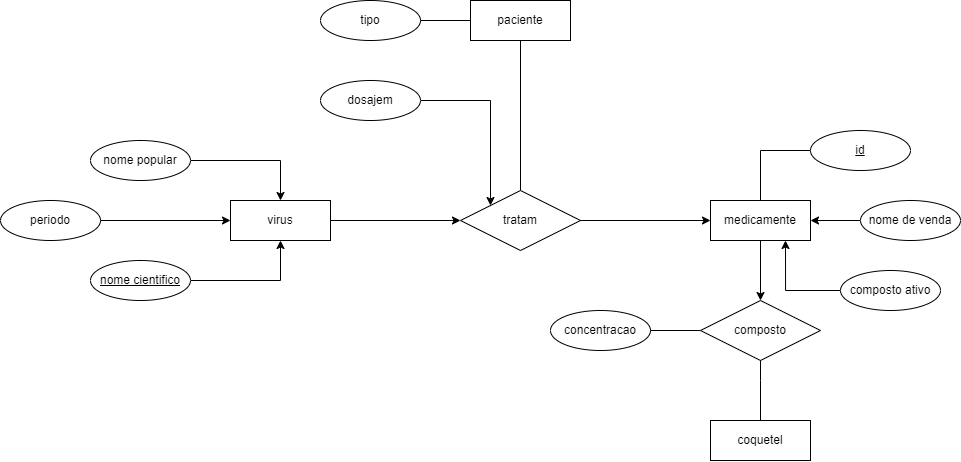
Earlier version of the draw.io export puc2024.2/bcd/cardinalidades/farmacia.drawio.png (batista29/puc). Source tidied: cells renumbered, new cells last; positions are measured from the earlier drawing's top-left corner, leaving out a move shared by most shapes.
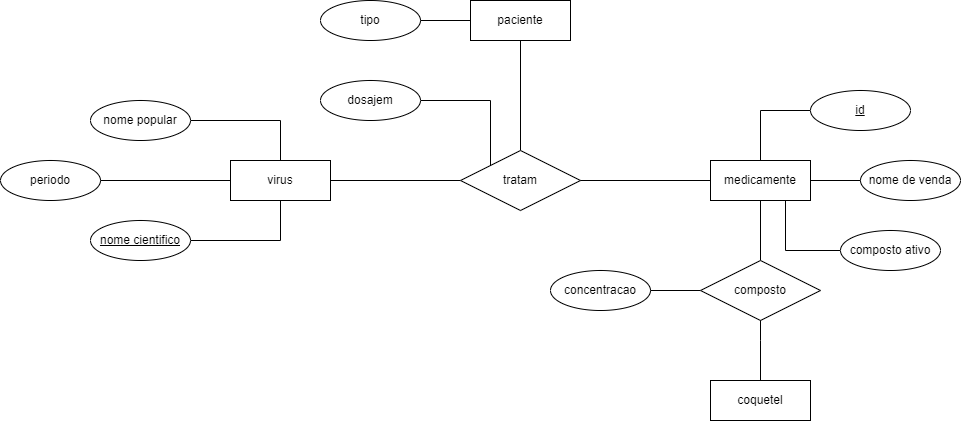
After the commit.

Diff of the diagram source:
```diff
@@ -2,7 +2,7 @@
   <root>
     <mxCell id="0" />
     <mxCell id="1" parent="0" />
-    <mxCell id="2" style="edgeStyle=orthogonalEdgeStyle;rounded=0;jettySize=auto;html=1;entryX=0;entryY=0.5;entryDx=0;entryDy=0;exitX=1;exitY=0.5;exitDx=0;exitDy=0;" parent="1" edge="1" source="3" target="18">
+    <mxCell id="2" style="edgeStyle=orthogonalEdgeStyle;rounded=0;jettySize=auto;html=1;entryX=0;entryY=0.5;entryDx=0;entryDy=0;exitX=1;exitY=0.5;exitDx=0;exitDy=0;endArrow=none;endFill=0;" parent="1" edge="1" source="3" target="18">
       <mxGeometry relative="1" as="geometry" />
     </mxCell>
     <mxCell id="3" value="virus" style="whiteSpace=wrap;html=1;align=center;" parent="1" vertex="1">
@@ -12,21 +12,21 @@
       <mxGeometry relative="1" as="geometry" />
     </mxCell>
     <mxCell id="5" value="paciente" style="whiteSpace=wrap;html=1;align=center;" parent="1" vertex="1">
-      <mxGeometry x="470" width="100" height="40" as="geometry" />
+      <mxGeometry x="470" y="40" width="100" height="40" as="geometry" />
     </mxCell>
-    <mxCell id="6" style="edgeStyle=orthogonalEdgeStyle;rounded=0;jettySize=auto;html=1;entryX=0.5;entryY=0;entryDx=0;entryDy=0;" parent="1" edge="1" source="7" target="14">
+    <mxCell id="6" style="edgeStyle=orthogonalEdgeStyle;rounded=0;jettySize=auto;html=1;entryX=0.5;entryY=0;entryDx=0;entryDy=0;endArrow=none;endFill=0;" parent="1" edge="1" source="7" target="14">
       <mxGeometry relative="1" as="geometry" />
     </mxCell>
     <mxCell id="7" value="medicamente" style="whiteSpace=wrap;html=1;align=center;" parent="1" vertex="1">
       <mxGeometry x="710" y="200" width="100" height="40" as="geometry" />
     </mxCell>
-    <mxCell id="8" style="edgeStyle=orthogonalEdgeStyle;rounded=0;jettySize=auto;html=1;entryX=0.75;entryY=1;entryDx=0;entryDy=0;" parent="1" edge="1" source="9" target="7">
+    <mxCell id="8" style="edgeStyle=orthogonalEdgeStyle;rounded=0;jettySize=auto;html=1;entryX=0.75;entryY=1;entryDx=0;entryDy=0;endArrow=none;endFill=0;" parent="1" edge="1" source="9" target="7">
       <mxGeometry relative="1" as="geometry" />
     </mxCell>
     <mxCell id="9" value="composto ativo" style="ellipse;whiteSpace=wrap;html=1;align=center;" parent="1" vertex="1">
       <mxGeometry x="840" y="270" width="100" height="40" as="geometry" />
     </mxCell>
-    <mxCell id="10" style="edgeStyle=orthogonalEdgeStyle;rounded=0;jettySize=auto;html=1;entryX=1;entryY=0.5;entryDx=0;entryDy=0;" parent="1" edge="1" source="11" target="7">
+    <mxCell id="10" style="edgeStyle=orthogonalEdgeStyle;rounded=0;jettySize=auto;html=1;entryX=1;entryY=0.5;entryDx=0;entryDy=0;endArrow=none;endFill=0;" parent="1" edge="1" source="11" target="7">
       <mxGeometry relative="1" as="geometry" />
     </mxCell>
     <mxCell id="11" value="nome de venda" style="ellipse;whiteSpace=wrap;html=1;align=center;" parent="1" vertex="1">
@@ -52,7 +52,7 @@
     <mxCell id="16" value="coquetel" style="whiteSpace=wrap;html=1;align=center;" parent="1" vertex="1">
       <mxGeometry x="710" y="420" width="100" height="40" as="geometry" />
     </mxCell>
-    <mxCell id="17" style="edgeStyle=orthogonalEdgeStyle;rounded=0;jettySize=auto;html=1;entryX=0;entryY=0.5;entryDx=0;entryDy=0;" parent="1" edge="1" source="18" target="7">
+    <mxCell id="17" style="edgeStyle=orthogonalEdgeStyle;rounded=0;jettySize=auto;html=1;entryX=0;entryY=0.5;entryDx=0;entryDy=0;endArrow=none;endFill=0;" parent="1" edge="1" source="18" target="7">
       <mxGeometry relative="1" as="geometry" />
     </mxCell>
     <mxCell id="18" value="tratam" style="shape=rhombus;perimeter=rhombusPerimeter;whiteSpace=wrap;html=1;align=center;" parent="1" vertex="1">
@@ -68,31 +68,31 @@
       <mxGeometry relative="1" as="geometry" />
     </mxCell>
     <mxCell id="22" value="tipo" style="ellipse;whiteSpace=wrap;html=1;align=center;" parent="1" vertex="1">
-      <mxGeometry x="320" width="100" height="40" as="geometry" />
+      <mxGeometry x="320" y="40" width="100" height="40" as="geometry" />
     </mxCell>
-    <mxCell id="23" style="edgeStyle=orthogonalEdgeStyle;rounded=0;jettySize=auto;html=1;entryX=0;entryY=0.5;entryDx=0;entryDy=0;" parent="1" edge="1" source="24" target="3">
+    <mxCell id="23" style="edgeStyle=orthogonalEdgeStyle;rounded=0;jettySize=auto;html=1;entryX=0;entryY=0.5;entryDx=0;entryDy=0;endArrow=none;endFill=0;" parent="1" edge="1" source="24" target="3">
       <mxGeometry relative="1" as="geometry" />
     </mxCell>
     <mxCell id="24" value="periodo" style="ellipse;whiteSpace=wrap;html=1;align=center;" parent="1" vertex="1">
       <mxGeometry y="200" width="100" height="40" as="geometry" />
     </mxCell>
-    <mxCell id="25" style="edgeStyle=orthogonalEdgeStyle;rounded=0;jettySize=auto;html=1;entryX=0.5;entryY=0;entryDx=0;entryDy=0;" parent="1" edge="1" source="26" target="3">
+    <mxCell id="25" style="edgeStyle=orthogonalEdgeStyle;rounded=0;jettySize=auto;html=1;entryX=0.5;entryY=0;entryDx=0;entryDy=0;endArrow=none;endFill=0;" parent="1" edge="1" source="26" target="3">
       <mxGeometry relative="1" as="geometry" />
     </mxCell>
     <mxCell id="26" value="nome popular" style="ellipse;whiteSpace=wrap;html=1;align=center;" parent="1" vertex="1">
       <mxGeometry x="90" y="140" width="100" height="40" as="geometry" />
     </mxCell>
-    <mxCell id="27" style="edgeStyle=orthogonalEdgeStyle;rounded=0;jettySize=auto;html=1;entryX=0.5;entryY=1;entryDx=0;entryDy=0;" parent="1" edge="1" source="28" target="3">
+    <mxCell id="27" style="edgeStyle=orthogonalEdgeStyle;rounded=0;jettySize=auto;html=1;entryX=0.5;entryY=1;entryDx=0;entryDy=0;endArrow=none;endFill=0;" parent="1" edge="1" source="28" target="3">
       <mxGeometry relative="1" as="geometry" />
     </mxCell>
     <mxCell id="28" value="nome cientifico" style="ellipse;whiteSpace=wrap;html=1;align=center;fontStyle=4;" parent="1" vertex="1">
       <mxGeometry x="90" y="260" width="100" height="40" as="geometry" />
     </mxCell>
-    <mxCell id="29" style="edgeStyle=orthogonalEdgeStyle;rounded=0;jettySize=auto;html=1;entryX=0;entryY=0;entryDx=0;entryDy=0;" parent="1" edge="1" source="30" target="18">
+    <mxCell id="29" style="edgeStyle=orthogonalEdgeStyle;rounded=0;jettySize=auto;html=1;entryX=0;entryY=0;entryDx=0;entryDy=0;endArrow=none;endFill=0;" parent="1" edge="1" source="30" target="18">
       <mxGeometry relative="1" as="geometry" />
     </mxCell>
     <mxCell id="30" value="dosajem" style="ellipse;whiteSpace=wrap;html=1;align=center;" parent="1" vertex="1">
-      <mxGeometry x="320" y="80" width="100" height="40" as="geometry" />
+      <mxGeometry x="320" y="120" width="100" height="40" as="geometry" />
     </mxCell>
   </root>
 </mxGraphModel>
```
